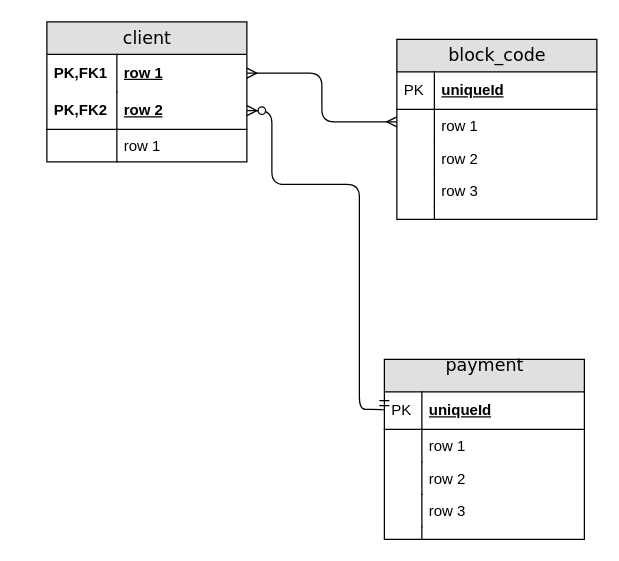
Earlier version of the draw.io diagram DataBase/Диаграмма без названия.drawio (Zireael239/---). Source tidied: cells renumbered, new cells numbered last; positions are measured from the earlier drawing's top-left corner, leaving out a move shared by most shapes. Both pictures are drawn from the tidied source at 125%, with x=0, y=0 at pixel (46, 21).
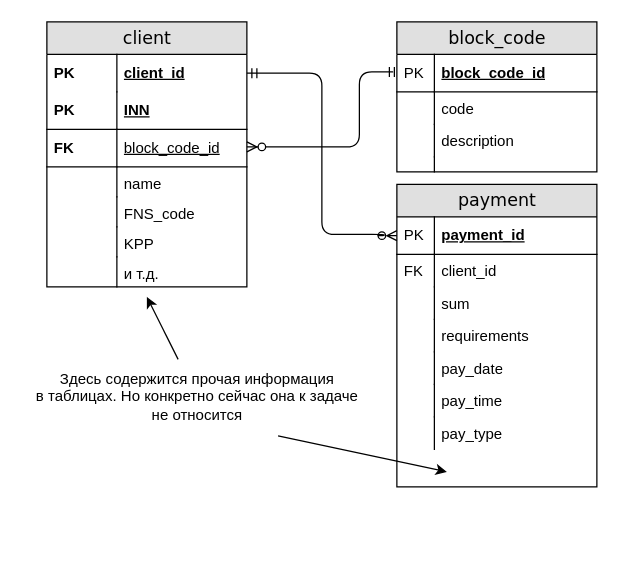
After the change.

Change to the diagram source:
```diff
@@
     <mxCell id="2" value="client" style="swimlane;html=1;fontStyle=0;horizontal=1;startSize=26;fillColor=#e0e0e0;swimlaneFillColor=#ffffff;align=center;rounded=0;shadow=0;comic=0;labelBackgroundColor=none;strokeWidth=1;fontFamily=Verdana;fontSize=14;" parent="1" vertex="1">
-      <mxGeometry width="160" height="112" as="geometry" />
+      <mxGeometry width="160" height="212" as="geometry" />
     </mxCell>
-    <mxCell id="3" value="row 1" style="shape=partialRectangle;top=0;left=0;right=0;bottom=0;html=1;align=left;verticalAlign=middle;fillColor=none;spacingLeft=60;spacingRight=4;whiteSpace=wrap;overflow=hidden;points=[[0,0.5],[1,0.5]];portConstraint=eastwest;fontStyle=5;" parent="2" vertex="1">
+    <mxCell id="3" value="client_id" style="shape=partialRectangle;top=0;left=0;right=0;bottom=0;html=1;align=left;verticalAlign=middle;fillColor=none;spacingLeft=60;spacingRight=4;whiteSpace=wrap;overflow=hidden;points=[[0,0.5],[1,0.5]];portConstraint=eastwest;fontStyle=5;" parent="2" vertex="1">
       <mxGeometry y="26" width="160" height="30" as="geometry" />
     </mxCell>
-    <mxCell id="4" value="PK,FK1" style="shape=partialRectangle;fontStyle=1;top=0;left=0;bottom=0;html=1;fillColor=none;align=left;verticalAlign=middle;spacingLeft=4;spacingRight=4;whiteSpace=wrap;overflow=hidden;" parent="3" vertex="1">
+    <mxCell id="4" value="PK" style="shape=partialRectangle;fontStyle=1;top=0;left=0;bottom=0;html=1;fillColor=none;align=left;verticalAlign=middle;spacingLeft=4;spacingRight=4;whiteSpace=wrap;overflow=hidden;" parent="3" vertex="1">
       <mxGeometry width="56" height="30" as="geometry" />
     </mxCell>
-    <mxCell id="5" value="row 2" style="shape=partialRectangle;top=0;left=0;right=0;bottom=1;html=1;align=left;verticalAlign=middle;fillColor=none;spacingLeft=60;spacingRight=4;whiteSpace=wrap;overflow=hidden;points=[[0,0.5],[1,0.5]];portConstraint=eastwest;fontStyle=5;" parent="2" vertex="1">
+    <mxCell id="5" value="INN" style="shape=partialRectangle;top=0;left=0;right=0;bottom=1;html=1;align=left;verticalAlign=middle;fillColor=none;spacingLeft=60;spacingRight=4;whiteSpace=wrap;overflow=hidden;points=[[0,0.5],[1,0.5]];portConstraint=eastwest;fontStyle=5;" parent="2" vertex="1">
       <mxGeometry y="56" width="160" height="30" as="geometry" />
     </mxCell>
-    <mxCell id="6" value="PK,FK2" style="shape=partialRectangle;fontStyle=1;top=0;left=0;bottom=0;html=1;fillColor=none;align=left;verticalAlign=middle;spacingLeft=4;spacingRight=4;whiteSpace=wrap;overflow=hidden;" parent="5" vertex="1">
+    <mxCell id="6" value="PK" style="shape=partialRectangle;fontStyle=1;top=0;left=0;bottom=0;html=1;fillColor=none;align=left;verticalAlign=middle;spacingLeft=4;spacingRight=4;whiteSpace=wrap;overflow=hidden;" parent="5" vertex="1">
       <mxGeometry width="56" height="30" as="geometry" />
     </mxCell>
-    <mxCell id="7" value="row 1" style="shape=partialRectangle;top=0;left=0;right=0;bottom=0;html=1;align=left;verticalAlign=top;fillColor=none;spacingLeft=60;spacingRight=4;whiteSpace=wrap;overflow=hidden;" parent="2" vertex="1">
-      <mxGeometry y="86" width="160" height="26" as="geometry" />
-    </mxCell>
-    <mxCell id="8" style="shape=partialRectangle;top=0;left=0;bottom=0;html=1;fillColor=none;align=left;verticalAlign=top;spacingLeft=4;spacingRight=4;whiteSpace=wrap;overflow=hidden;" parent="7" vertex="1">
-      <mxGeometry width="56" height="26" as="geometry" />
-    </mxCell>
+    <mxCell id="33" value="&lt;span style=&quot;font-weight: 400;&quot;&gt;block_code_id&lt;/span&gt;" style="shape=partialRectangle;top=0;left=0;right=0;bottom=1;html=1;align=left;verticalAlign=middle;fillColor=none;spacingLeft=60;spacingRight=4;whiteSpace=wrap;overflow=hidden;fontStyle=5;" parent="2" vertex="1">
+      <mxGeometry y="86" width="160" height="30" as="geometry" />
+    </mxCell>
+    <mxCell id="34" value="FK" style="shape=partialRectangle;fontStyle=1;top=0;left=0;bottom=0;html=1;fillColor=none;align=left;verticalAlign=middle;spacingLeft=4;spacingRight=4;whiteSpace=wrap;overflow=hidden;" parent="33" vertex="1">
+      <mxGeometry width="56" height="30" as="geometry" />
+    </mxCell>
+    <mxCell id="35" value="name" style="shape=partialRectangle;top=0;left=0;right=0;bottom=0;html=1;align=left;verticalAlign=top;fillColor=none;spacingLeft=60;spacingRight=4;whiteSpace=wrap;overflow=hidden;" parent="2" vertex="1">
+      <mxGeometry y="116" width="160" height="24" as="geometry" />
+    </mxCell>
+    <mxCell id="36" style="shape=partialRectangle;top=0;left=0;bottom=0;html=1;fillColor=none;align=left;verticalAlign=top;spacingLeft=4;spacingRight=4;whiteSpace=wrap;overflow=hidden;" parent="35" vertex="1">
+      <mxGeometry width="56" height="24" as="geometry" />
+    </mxCell>
+    <mxCell id="37" value="FNS_code" style="shape=partialRectangle;top=0;left=0;right=0;bottom=0;html=1;align=left;verticalAlign=top;fillColor=none;spacingLeft=60;spacingRight=4;whiteSpace=wrap;overflow=hidden;" parent="2" vertex="1">
+      <mxGeometry y="140" width="160" height="24" as="geometry" />
+    </mxCell>
+    <mxCell id="38" style="shape=partialRectangle;top=0;left=0;bottom=0;html=1;fillColor=none;align=left;verticalAlign=top;spacingLeft=4;spacingRight=4;whiteSpace=wrap;overflow=hidden;" parent="37" vertex="1">
+      <mxGeometry width="56" height="24" as="geometry" />
+    </mxCell>
+    <mxCell id="39" value="KPP" style="shape=partialRectangle;top=0;left=0;right=0;bottom=0;html=1;align=left;verticalAlign=top;fillColor=none;spacingLeft=60;spacingRight=4;whiteSpace=wrap;overflow=hidden;" parent="2" vertex="1">
+      <mxGeometry y="164" width="160" height="24" as="geometry" />
+    </mxCell>
+    <mxCell id="40" style="shape=partialRectangle;top=0;left=0;bottom=0;html=1;fillColor=none;align=left;verticalAlign=top;spacingLeft=4;spacingRight=4;whiteSpace=wrap;overflow=hidden;" parent="39" vertex="1">
+      <mxGeometry width="56" height="24" as="geometry" />
+    </mxCell>
+    <mxCell id="41" value="и т.д." style="shape=partialRectangle;top=0;left=0;right=0;bottom=0;html=1;align=left;verticalAlign=top;fillColor=none;spacingLeft=60;spacingRight=4;whiteSpace=wrap;overflow=hidden;" parent="2" vertex="1">
+      <mxGeometry y="188" width="160" height="24" as="geometry" />
+    </mxCell>
+    <mxCell id="42" style="shape=partialRectangle;top=0;left=0;bottom=0;html=1;fillColor=none;align=left;verticalAlign=top;spacingLeft=4;spacingRight=4;whiteSpace=wrap;overflow=hidden;" parent="41" vertex="1">
+      <mxGeometry width="56" height="24" as="geometry" />
+    </mxCell>
     <mxCell id="9" value="block_code" style="swimlane;html=1;fontStyle=0;horizontal=1;startSize=26;fillColor=#e0e0e0;swimlaneFillColor=#ffffff;align=center;rounded=0;shadow=0;comic=0;labelBackgroundColor=none;strokeWidth=1;fontFamily=Verdana;fontSize=14;swimlaneLine=1;" parent="1" vertex="1">
-      <mxGeometry x="280" y="14" width="160" height="144" as="geometry" />
+      <mxGeometry x="280" width="160" height="120" as="geometry" />
     </mxCell>
-    <mxCell id="10" value="uniqueId" style="shape=partialRectangle;top=0;left=0;right=0;bottom=1;html=1;align=left;verticalAlign=middle;fillColor=none;spacingLeft=34;spacingRight=4;whiteSpace=wrap;overflow=hidden;fontStyle=5;" parent="9" vertex="1">
+    <mxCell id="10" value="block_code_id" style="shape=partialRectangle;top=0;left=0;right=0;bottom=1;html=1;align=left;verticalAlign=middle;fillColor=none;spacingLeft=34;spacingRight=4;whiteSpace=wrap;overflow=hidden;fontStyle=5;" parent="9" vertex="1">
       <mxGeometry y="26" width="160" height="30" as="geometry" />
     </mxCell>
@@
-    <mxCell id="12" value="row 1" style="shape=partialRectangle;top=0;left=0;right=0;bottom=0;html=1;align=left;verticalAlign=top;fillColor=none;spacingLeft=34;spacingRight=4;whiteSpace=wrap;overflow=hidden;points=[[0,0.5],[1,0.5]];portConstraint=eastwest;" parent="9" vertex="1">
+    <mxCell id="12" value="code" style="shape=partialRectangle;top=0;left=0;right=0;bottom=0;html=1;align=left;verticalAlign=top;fillColor=none;spacingLeft=34;spacingRight=4;whiteSpace=wrap;overflow=hidden;points=[[0,0.5],[1,0.5]];portConstraint=eastwest;" parent="9" vertex="1">
       <mxGeometry y="56" width="160" height="26" as="geometry" />
     </mxCell>
@@
-    <mxCell id="14" value="row 2" style="shape=partialRectangle;top=0;left=0;right=0;bottom=0;html=1;align=left;verticalAlign=top;fillColor=none;spacingLeft=34;spacingRight=4;whiteSpace=wrap;overflow=hidden;" parent="9" vertex="1">
+    <mxCell id="14" value="description" style="shape=partialRectangle;top=0;left=0;right=0;bottom=0;html=1;align=left;verticalAlign=top;fillColor=none;spacingLeft=34;spacingRight=4;whiteSpace=wrap;overflow=hidden;" parent="9" vertex="1">
       <mxGeometry y="82" width="160" height="26" as="geometry" />
     </mxCell>
@@
-    <mxCell id="16" value="row 3" style="shape=partialRectangle;top=0;left=0;right=0;bottom=0;html=1;align=left;verticalAlign=top;fillColor=none;spacingLeft=34;spacingRight=4;whiteSpace=wrap;overflow=hidden;" parent="9" vertex="1">
-      <mxGeometry y="108" width="160" height="26" as="geometry" />
+    <mxCell id="16" style="shape=partialRectangle;top=0;left=0;right=0;bottom=0;html=1;align=left;verticalAlign=top;fillColor=none;spacingLeft=34;spacingRight=4;whiteSpace=wrap;overflow=hidden;" parent="9" vertex="1">
+      <mxGeometry y="108" width="160" height="12" as="geometry" />
     </mxCell>
     <mxCell id="17" style="shape=partialRectangle;top=0;left=0;bottom=0;html=1;fillColor=none;align=left;verticalAlign=top;spacingLeft=4;spacingRight=4;whiteSpace=wrap;overflow=hidden;" parent="16" vertex="1">
-      <mxGeometry width="30" height="26" as="geometry" />
+      <mxGeometry width="30" height="12" as="geometry" />
     </mxCell>
-    <mxCell id="18" style="shape=partialRectangle;top=0;left=0;right=0;bottom=0;html=1;align=left;verticalAlign=top;fillColor=none;spacingLeft=34;spacingRight=4;whiteSpace=wrap;overflow=hidden;" parent="9" vertex="1">
-      <mxGeometry y="134" width="160" height="10" as="geometry" />
-    </mxCell>
-    <mxCell id="19" style="shape=partialRectangle;top=0;left=0;bottom=0;html=1;fillColor=none;align=left;verticalAlign=top;spacingLeft=4;spacingRight=4;whiteSpace=wrap;overflow=hidden;" parent="18" vertex="1">
-      <mxGeometry width="30" height="10" as="geometry" />
-    </mxCell>
-    <mxCell id="20" value="payment&lt;div&gt;&lt;br&gt;&lt;/div&gt;" style="swimlane;html=1;fontStyle=0;horizontal=1;startSize=26;fillColor=#e0e0e0;swimlaneFillColor=#ffffff;align=center;rounded=0;shadow=0;comic=0;labelBackgroundColor=none;strokeWidth=1;fontFamily=Verdana;fontSize=14;" parent="1" vertex="1">
-      <mxGeometry x="270" y="270" width="160" height="144" as="geometry" />
+    <mxCell id="20" value="payment" style="swimlane;html=1;fontStyle=0;horizontal=1;startSize=26;fillColor=#e0e0e0;swimlaneFillColor=#ffffff;align=center;rounded=0;shadow=0;comic=0;labelBackgroundColor=none;strokeWidth=1;fontFamily=Verdana;fontSize=14;" parent="1" vertex="1">
+      <mxGeometry x="280" y="130" width="160" height="242" as="geometry" />
     </mxCell>
-    <mxCell id="21" value="uniqueId" style="shape=partialRectangle;top=0;left=0;right=0;bottom=1;html=1;align=left;verticalAlign=middle;fillColor=none;spacingLeft=34;spacingRight=4;whiteSpace=wrap;overflow=hidden;points=[[0,0.5],[1,0.5]];portConstraint=eastwest;fontStyle=5;" parent="20" vertex="1">
+    <mxCell id="21" value="payment_id" style="shape=partialRectangle;top=0;left=0;right=0;bottom=1;html=1;align=left;verticalAlign=middle;fillColor=none;spacingLeft=34;spacingRight=4;whiteSpace=wrap;overflow=hidden;points=[[0,0.5],[1,0.5]];portConstraint=eastwest;fontStyle=5;" parent="20" vertex="1">
       <mxGeometry y="26" width="160" height="30" as="geometry" />
     </mxCell>
@@
-    <mxCell id="23" value="row 1" style="shape=partialRectangle;top=0;left=0;right=0;bottom=0;html=1;align=left;verticalAlign=top;fillColor=none;spacingLeft=34;spacingRight=4;whiteSpace=wrap;overflow=hidden;" parent="20" vertex="1">
+    <mxCell id="23" value="client_id" style="shape=partialRectangle;top=0;left=0;right=0;bottom=0;html=1;align=left;verticalAlign=top;fillColor=none;spacingLeft=34;spacingRight=4;whiteSpace=wrap;overflow=hidden;" parent="20" vertex="1">
       <mxGeometry y="56" width="160" height="26" as="geometry" />
     </mxCell>
-    <mxCell id="24" style="shape=partialRectangle;top=0;left=0;bottom=0;html=1;fillColor=none;align=left;verticalAlign=top;spacingLeft=4;spacingRight=4;whiteSpace=wrap;overflow=hidden;" parent="23" vertex="1">
+    <mxCell id="24" value="FK" style="shape=partialRectangle;top=0;left=0;bottom=0;html=1;fillColor=none;align=left;verticalAlign=top;spacingLeft=4;spacingRight=4;whiteSpace=wrap;overflow=hidden;" parent="23" vertex="1">
       <mxGeometry width="30" height="26" as="geometry" />
     </mxCell>
-    <mxCell id="25" value="row 2" style="shape=partialRectangle;top=0;left=0;right=0;bottom=0;html=1;align=left;verticalAlign=top;fillColor=none;spacingLeft=34;spacingRight=4;whiteSpace=wrap;overflow=hidden;" parent="20" vertex="1">
+    <mxCell id="25" value="sum" style="shape=partialRectangle;top=0;left=0;right=0;bottom=0;html=1;align=left;verticalAlign=top;fillColor=none;spacingLeft=34;spacingRight=4;whiteSpace=wrap;overflow=hidden;" parent="20" vertex="1">
       <mxGeometry y="82" width="160" height="26" as="geometry" />
     </mxCell>
@@
-    <mxCell id="27" value="row 3" style="shape=partialRectangle;top=0;left=0;right=0;bottom=0;html=1;align=left;verticalAlign=top;fillColor=none;spacingLeft=34;spacingRight=4;whiteSpace=wrap;overflow=hidden;" parent="20" vertex="1">
+    <mxCell id="27" value="requirements" style="shape=partialRectangle;top=0;left=0;right=0;bottom=0;html=1;align=left;verticalAlign=top;fillColor=none;spacingLeft=34;spacingRight=4;whiteSpace=wrap;overflow=hidden;" parent="20" vertex="1">
       <mxGeometry y="108" width="160" height="26" as="geometry" />
     </mxCell>
@@
-    <mxCell id="29" style="shape=partialRectangle;top=0;left=0;right=0;bottom=0;html=1;align=left;verticalAlign=top;fillColor=none;spacingLeft=34;spacingRight=4;whiteSpace=wrap;overflow=hidden;" parent="20" vertex="1">
-      <mxGeometry y="134" width="160" height="10" as="geometry" />
-    </mxCell>
-    <mxCell id="30" style="shape=partialRectangle;top=0;left=0;bottom=0;html=1;fillColor=none;align=left;verticalAlign=top;spacingLeft=4;spacingRight=4;whiteSpace=wrap;overflow=hidden;" parent="29" vertex="1">
-      <mxGeometry width="30" height="10" as="geometry" />
-    </mxCell>
+    <mxCell id="43" value="pay_date" style="shape=partialRectangle;top=0;left=0;right=0;bottom=0;html=1;align=left;verticalAlign=top;fillColor=none;spacingLeft=34;spacingRight=4;whiteSpace=wrap;overflow=hidden;" parent="20" vertex="1">
+      <mxGeometry y="134" width="160" height="26" as="geometry" />
+    </mxCell>
+    <mxCell id="44" style="shape=partialRectangle;top=0;left=0;bottom=0;html=1;fillColor=none;align=left;verticalAlign=top;spacingLeft=4;spacingRight=4;whiteSpace=wrap;overflow=hidden;" parent="43" vertex="1">
+      <mxGeometry width="30" height="26" as="geometry" />
+    </mxCell>
+    <mxCell id="45" value="pay_time" style="shape=partialRectangle;top=0;left=0;right=0;bottom=0;html=1;align=left;verticalAlign=top;fillColor=none;spacingLeft=34;spacingRight=4;whiteSpace=wrap;overflow=hidden;" parent="20" vertex="1">
+      <mxGeometry y="160" width="160" height="26" as="geometry" />
+    </mxCell>
+    <mxCell id="46" style="shape=partialRectangle;top=0;left=0;bottom=0;html=1;fillColor=none;align=left;verticalAlign=top;spacingLeft=4;spacingRight=4;whiteSpace=wrap;overflow=hidden;" parent="45" vertex="1">
+      <mxGeometry width="30" height="26" as="geometry" />
+    </mxCell>
+    <mxCell id="47" value="pay_type" style="shape=partialRectangle;top=0;left=0;right=0;bottom=0;html=1;align=left;verticalAlign=top;fillColor=none;spacingLeft=34;spacingRight=4;whiteSpace=wrap;overflow=hidden;" parent="20" vertex="1">
+      <mxGeometry y="186" width="160" height="26" as="geometry" />
+    </mxCell>
+    <mxCell id="48" style="shape=partialRectangle;top=0;left=0;bottom=0;html=1;fillColor=none;align=left;verticalAlign=top;spacingLeft=4;spacingRight=4;whiteSpace=wrap;overflow=hidden;" parent="47" vertex="1">
+      <mxGeometry width="30" height="26" as="geometry" />
+    </mxCell>
-    <mxCell id="31" style="edgeStyle=orthogonalEdgeStyle;html=1;endArrow=ERmany;startArrow=ERmany;labelBackgroundColor=none;fontFamily=Verdana;fontSize=14;entryX=1;entryY=0.5;exitX=0;exitY=0.383;exitPerimeter=0;" parent="1" edge="1" source="12" target="3">
+    <mxCell id="31" style="edgeStyle=orthogonalEdgeStyle;html=1;endArrow=ERmandOne;startArrow=ERzeroToMany;labelBackgroundColor=none;fontFamily=Verdana;fontSize=14;entryX=1;entryY=0.5;exitX=0;exitY=0.5;exitDx=0;exitDy=0;endFill=0;startFill=0;" parent="1" edge="1" source="21" target="3">
       <mxGeometry relative="1" as="geometry">
         <Array as="points">
-          <mxPoint x="220" y="80" />
+          <mxPoint x="270" y="171" />
+          <mxPoint x="220" y="170" />
           <mxPoint x="220" y="41" />
         </Array>
       </mxGeometry>
     </mxCell>
-    <mxCell id="32" style="edgeStyle=orthogonalEdgeStyle;html=1;endArrow=ERzeroToMany;startArrow=ERmandOne;labelBackgroundColor=none;fontFamily=Verdana;fontSize=14;exitX=0;exitY=0.5;" parent="1" edge="1" source="21" target="5">
+    <mxCell id="32" style="edgeStyle=orthogonalEdgeStyle;html=1;endArrow=ERzeroToMany;startArrow=ERmandOne;labelBackgroundColor=none;fontFamily=Verdana;fontSize=14;entryX=1;entryY=0.5;entryDx=0;entryDy=0;" parent="1" edge="1">
       <mxGeometry relative="1" as="geometry">
+        <mxPoint x="270" y="40" as="sourcePoint" />
+        <mxPoint x="160" y="100" as="targetPoint" />
         <Array as="points">
-          <mxPoint x="250" y="310" />
-          <mxPoint x="250" y="130" />
-          <mxPoint x="180" y="130" />
-          <mxPoint x="180" y="71" />
+          <mxPoint x="280" y="40" />
+          <mxPoint x="250" y="40" />
+          <mxPoint x="250" y="100" />
         </Array>
       </mxGeometry>
     </mxCell>
+    <mxCell id="49" value="Здесь содержится прочая информация&lt;div&gt;в таблицах. Но конкретно сейчас она к задаче&lt;/div&gt;&lt;div&gt;не относится&lt;/div&gt;" style="text;html=1;align=center;verticalAlign=middle;points=[];strokeColor=none;fillColor=none;" parent="1" vertex="1">
+      <mxGeometry x="-20" y="270" width="280" height="60" as="geometry" />
+    </mxCell>
+    <mxCell id="50" style="endArrow=classic;html=1;rounded=0;" parent="1" edge="1" source="49">
+      <mxGeometry relative="1" as="geometry">
+        <mxPoint x="80" y="220" as="targetPoint" />
+      </mxGeometry>
+    </mxCell>
+    <mxCell id="51" style="endArrow=classic;html=1;rounded=0;exitX=0.732;exitY=1.02;exitDx=0;exitDy=0;exitPerimeter=0;" parent="1" edge="1" source="49">
+      <mxGeometry relative="1" as="geometry">
+        <mxPoint x="320" y="360" as="targetPoint" />
+      </mxGeometry>
+    </mxCell>
```
